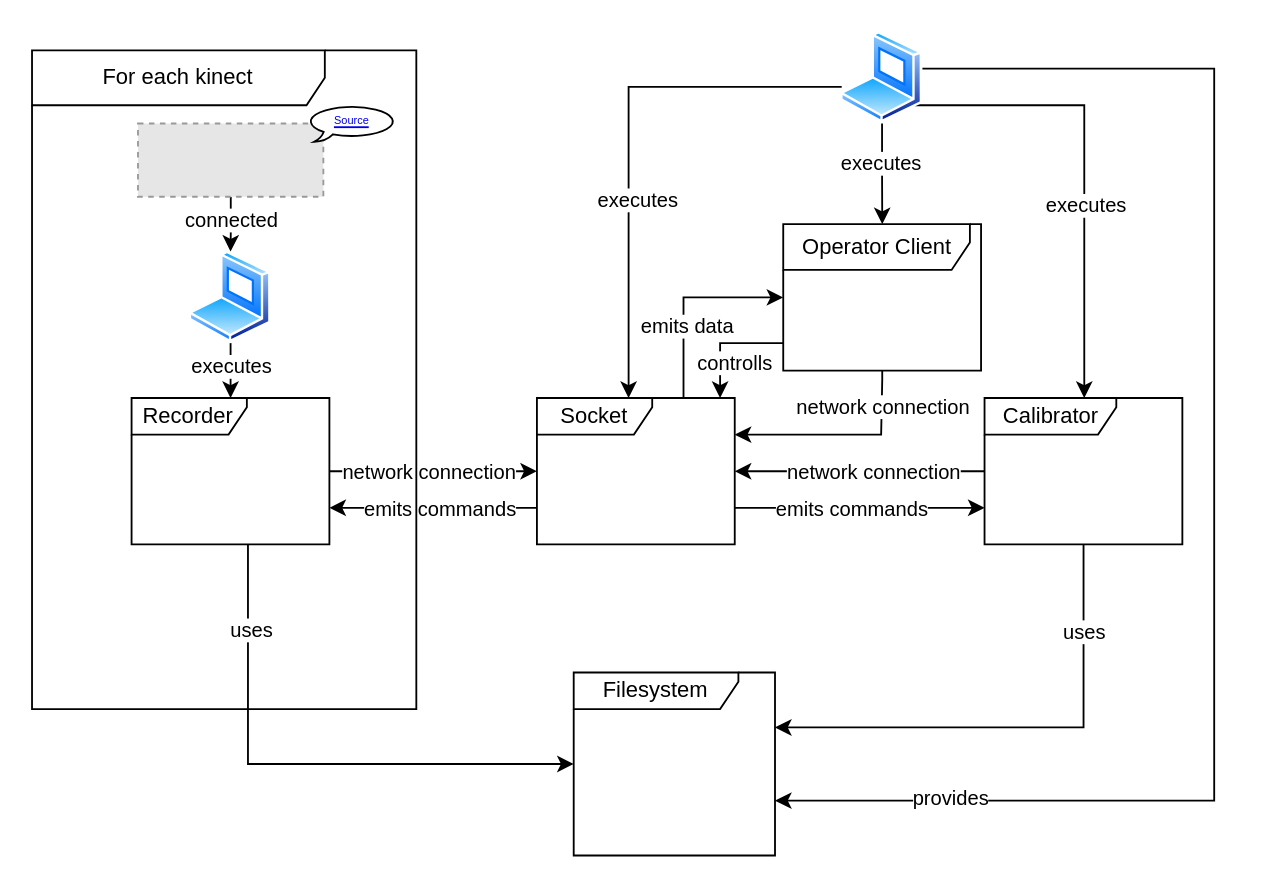
Before: UML/Hierachy.drawio in Simon-Za/RecorderOperator, a draw.io diagram. Source tidied: cells renumbered, new cells numbered last; positions are measured from the earlier drawing's top-left corner, leaving out a move shared by most shapes. Both pictures are drawn from the tidied source at 183%, with x=0, y=0 at pixel (31, 31). Pictures stored in the file or linked from it are replaced by grey dashed boxes.
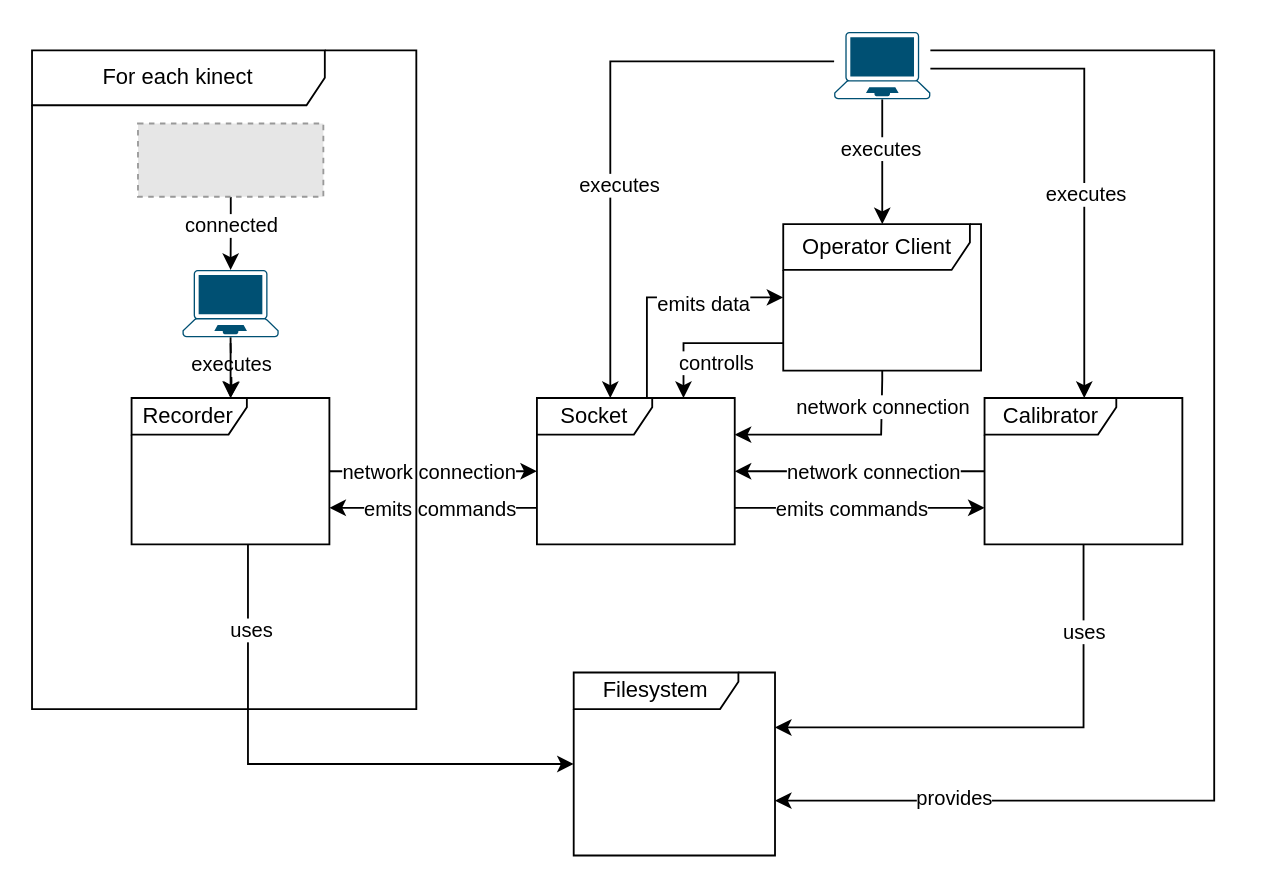
After the change.

The change refers to these unchanged cells:
```xml
<mxCell id="4" style="fillColor=#E6E6E6;strokeColor=#999999;dashed=1;" parent="1" vertex="1">
  <mxGeometry x="57.9" y="50" width="101.3" height="40" as="geometry" />
</mxCell>
<mxCell id="12" value="Recorder" style="shape=umlFrame;whiteSpace=wrap;html=1;width=63;height=20;" parent="1" vertex="1">
  <mxGeometry x="54.4" y="200" width="108.1" height="80" as="geometry" />
</mxCell>
<mxCell id="19" value="Socket" style="shape=umlFrame;whiteSpace=wrap;html=1;width=63;height=20;" parent="1" vertex="1">
  <mxGeometry x="275.9" y="200" width="108.1" height="80" as="geometry" />
</mxCell>
<mxCell id="20" value="For each kinect" style="shape=umlFrame;whiteSpace=wrap;html=1;width=160;" parent="1" vertex="1">
  <mxGeometry y="10" width="210" height="360" as="geometry" />
</mxCell>
<mxCell id="24" value="Filesystem" style="shape=umlFrame;whiteSpace=wrap;html=1;width=90;height=20;" parent="1" vertex="1">
  <mxGeometry x="296" y="350" width="110" height="100" as="geometry" />
</mxCell>
<mxCell id="36" value="Calibrator" style="shape=umlFrame;whiteSpace=wrap;html=1;width=72;height=20;" parent="1" vertex="1">
  <mxGeometry x="520.5" y="200" width="108.1" height="80" as="geometry" />
</mxCell>
<mxCell id="43" value="Operator Client" style="shape=umlFrame;whiteSpace=wrap;html=1;width=102;height=25;" parent="1" vertex="1">
  <mxGeometry x="410.5" y="105" width="108.1" height="80" as="geometry" />
</mxCell>
```

What changed in the source:
```diff
@@
-    <mxCell id="2" style="edgeStyle=orthogonalEdgeStyle;rounded=0;jettySize=auto;html=1;" parent="1" edge="1" source="4" target="7">
+    <mxCell id="2" style="edgeStyle=orthogonalEdgeStyle;rounded=0;jettySize=auto;html=1;" parent="1" edge="1" source="4" target="45">
       <mxGeometry relative="1" as="geometry" />
     </mxCell>
@@
-    <mxCell id="5" style="edgeStyle=orthogonalEdgeStyle;rounded=0;jettySize=auto;html=1;" parent="1" edge="1" source="7" target="12">
-      <mxGeometry relative="1" as="geometry" />
+    <mxCell id="5" style="edgeStyle=orthogonalEdgeStyle;rounded=0;jettySize=auto;html=1;" parent="1" edge="1" target="12">
+      <mxGeometry relative="1" as="geometry">
+        <mxPoint x="108.5" y="170" as="sourcePoint" />
+      </mxGeometry>
     </mxCell>
@@
-    <mxCell id="7" style="image;perimeter=ellipsePerimeter;html=1;align=center;shadow=0;dashed=0;spacingTop=3;image=img/lib/active_directory/laptop_client.svg;" parent="1" vertex="1">
-      <mxGeometry x="86" y="120" width="45" height="50" as="geometry" />
-    </mxCell>
+    <mxCell id="44" style="edgeStyle=orthogonalEdgeStyle;rounded=0;jettySize=auto;html=1;" parent="1" edge="1" source="45" target="12">
+      <mxGeometry relative="1" as="geometry" />
+    </mxCell>
@@
     <mxCell id="13" style="edgeStyle=orthogonalEdgeStyle;rounded=0;jettySize=auto;html=1;" parent="1" edge="1" target="43">
       <mxGeometry relative="1" as="geometry">
         <mxPoint x="372.1" y="200" as="sourcePoint" />
         <Array as="points">
-          <mxPoint x="356" y="200" />
-          <mxPoint x="356" y="145" />
+          <mxPoint x="336" y="200" />
+          <mxPoint x="336" y="145" />
         </Array>
       </mxGeometry>
     </mxCell>
     <mxCell id="14" value="emits data" style="edgeLabel;html=1;align=center;verticalAlign=middle;" parent="13" vertex="1">
       <mxGeometry x="-0.17" y="-1" relative="1" as="geometry">
-        <mxPoint y="-4" as="offset" />
+        <mxPoint x="29" y="-19" as="offset" />
       </mxGeometry>
     </mxCell>
@@
-    <mxCell id="21" style="group;" parent="20" vertex="1">
-      <mxGeometry x="150" y="20" width="60" height="30" as="geometry" />
-    </mxCell>
-    <mxCell id="22" style="whiteSpace=wrap;html=1;shape=mxgraph.basic.oval_callout;" parent="21" vertex="1">
-      <mxGeometry y="10" width="50" height="20" as="geometry" />
-    </mxCell>
-    <mxCell id="23" value="&lt;font style=&quot;font-size: 6px;&quot;&gt;Source&lt;/font&gt;" style="text;html=1;strokeColor=none;fillColor=none;whiteSpace=wrap;align=center;verticalAlign=middle;fontColor=#0000EE;fontStyle=4;" parent="21" vertex="1">
-      <mxGeometry x="13" y="12" width="24" height="10" as="geometry" />
-    </mxCell>
+    <mxCell id="45" style="points=[[0.13,0.02,0],[0.5,0,0],[0.87,0.02,0],[0.885,0.4,0],[0.985,0.985,0],[0.5,1,0],[0.015,0.985,0],[0.115,0.4,0]];verticalLabelPosition=bottom;sketch=0;html=1;verticalAlign=top;align=center;shape=mxgraph.cisco19.laptop;fillColor=#005073;strokeColor=none;" parent="20" vertex="1">
+      <mxGeometry x="82.2" y="120" width="52.6" height="36.8" as="geometry" />
+    </mxCell>
@@
-    <mxCell id="25" style="edgeStyle=orthogonalEdgeStyle;rounded=0;jettySize=auto;html=1;" parent="1" edge="1" source="33" target="36">
+    <mxCell id="25" style="edgeStyle=orthogonalEdgeStyle;rounded=0;jettySize=auto;html=1;" parent="1" edge="1" source="46" target="36">
       <mxGeometry relative="1" as="geometry">
         <Array as="points">
-          <mxPoint x="575" y="40" />
+          <mxPoint x="575" y="20" />
         </Array>
       </mxGeometry>
     </mxCell>
@@
-    <mxCell id="27" style="edgeStyle=orthogonalEdgeStyle;rounded=0;jettySize=auto;html=1;" parent="1" edge="1" source="33" target="43">
+    <mxCell id="27" style="edgeStyle=orthogonalEdgeStyle;rounded=0;jettySize=auto;html=1;" parent="1" edge="1" source="46" target="43">
       <mxGeometry relative="1" as="geometry" />
     </mxCell>
@@
-    <mxCell id="29" style="edgeStyle=orthogonalEdgeStyle;rounded=0;jettySize=auto;html=1;" parent="1" edge="1" source="33" target="19">
+    <mxCell id="29" style="edgeStyle=orthogonalEdgeStyle;rounded=0;jettySize=auto;html=1;" parent="1" edge="1" target="19">
       <mxGeometry relative="1" as="geometry">
+        <mxPoint x="438.3" y="16" as="sourcePoint" />
         <Array as="points">
-          <mxPoint x="326" y="30" />
+          <mxPoint x="316" y="16" />
         </Array>
       </mxGeometry>
     </mxCell>
@@
-    <mxCell id="31" style="edgeStyle=orthogonalEdgeStyle;rounded=0;jettySize=auto;html=1;" parent="1" edge="1" source="33" target="24">
+    <mxCell id="31" style="edgeStyle=orthogonalEdgeStyle;rounded=0;jettySize=auto;html=1;" parent="1" edge="1" source="46" target="24">
       <mxGeometry relative="1" as="geometry">
         <Array as="points">
-          <mxPoint x="646" y="20" />
+          <mxPoint x="646" y="10" />
           <mxPoint x="646" y="420" />
         </Array>
       </mxGeometry>
     </mxCell>
@@
-    <mxCell id="33" style="image;perimeter=ellipsePerimeter;html=1;align=center;shadow=0;dashed=0;spacingTop=3;image=img/lib/active_directory/laptop_client.svg;" parent="1" vertex="1">
-      <mxGeometry x="442" width="45" height="50" as="geometry" />
-    </mxCell>
@@
     <mxCell id="41" style="edgeStyle=orthogonalEdgeStyle;rounded=0;jettySize=auto;html=1;" parent="1" edge="1" source="43" target="19">
       <mxGeometry relative="1" as="geometry">
         <Array as="points">
-          <mxPoint x="376" y="170" />
+          <mxPoint x="356" y="170" />
         </Array>
       </mxGeometry>
     </mxCell>
@@
+    <mxCell id="46" style="points=[[0.13,0.02,0],[0.5,0,0],[0.87,0.02,0],[0.885,0.4,0],[0.985,0.985,0],[0.5,1,0],[0.015,0.985,0],[0.115,0.4,0]];verticalLabelPosition=bottom;sketch=0;html=1;verticalAlign=top;align=center;shape=mxgraph.cisco19.laptop;fillColor=#005073;strokeColor=none;" parent="1" vertex="1">
+      <mxGeometry x="438.3" width="52.6" height="36.8" as="geometry" />
+    </mxCell>
```
